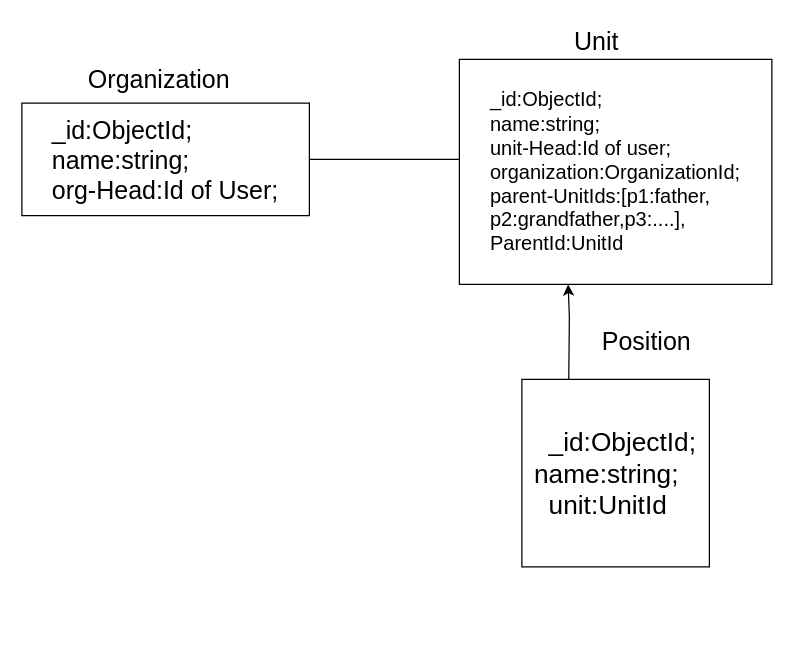
zsattari/Analyasis keeps this draw.io diagram as Untitled Diagram.drawio. Above is the earlier version. Source tidied: cells renumbered, new cells numbered last; positions are measured from the earlier drawing's top-left corner, leaving out a move shared by most shapes. Both pictures are drawn from the tidied source at 125%, with x=0, y=0 at pixel (21, 21).
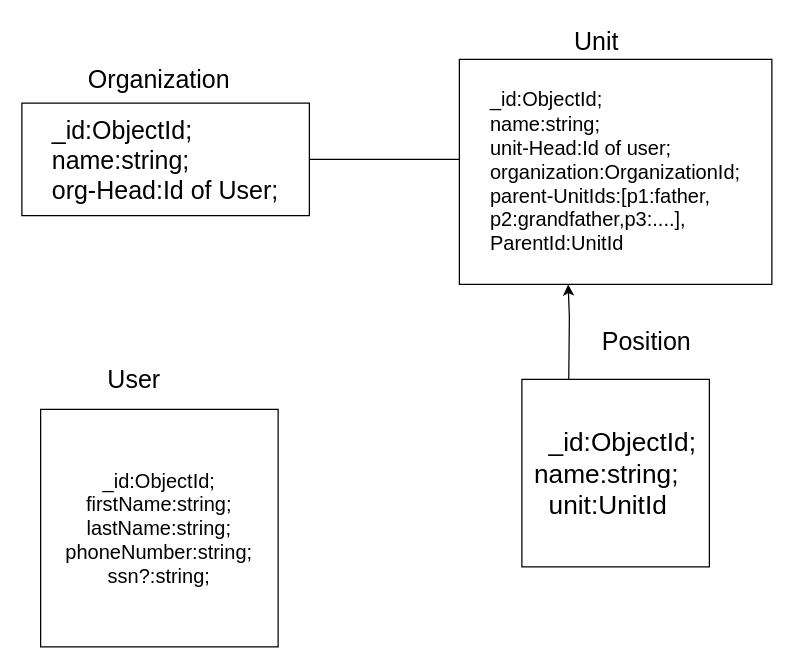
After the change.

What changed in the source:
```diff
@@
 <mxGraphModel>
   <root>
     <mxCell id="0" />
     <mxCell id="1" parent="0" />
     <mxCell id="2" value="&lt;div style=&quot;font-size: 16px&quot; align=&quot;left&quot;&gt;&lt;font style=&quot;font-size: 16px&quot;&gt;_id:ObjectId;&lt;/font&gt;&lt;/div&gt;&lt;div style=&quot;font-size: 16px&quot; align=&quot;left&quot;&gt;&lt;font style=&quot;font-size: 16px&quot;&gt;name:string;&lt;br style=&quot;font-size: 16px&quot;&gt;&lt;/font&gt;&lt;/div&gt;&lt;div style=&quot;font-size: 16px&quot; align=&quot;left&quot;&gt;&lt;font style=&quot;font-size: 16px&quot;&gt;unit-Head:Id of user;&lt;/font&gt;&lt;/div&gt;&lt;div style=&quot;font-size: 16px&quot; align=&quot;left&quot;&gt;&lt;font style=&quot;font-size: 16px&quot;&gt;organization:OrganizationId;&lt;br style=&quot;font-size: 16px&quot;&gt;&lt;/font&gt;&lt;/div&gt;&lt;div style=&quot;font-size: 16px&quot; align=&quot;left&quot;&gt;&lt;font style=&quot;font-size: 16px&quot;&gt;parent-UnitIds:[p1:father,&lt;/font&gt;&lt;/div&gt;&lt;div style=&quot;font-size: 16px&quot; align=&quot;left&quot;&gt;&lt;font style=&quot;font-size: 16px&quot;&gt;p2:grandfather,p3:....],&lt;/font&gt;&lt;/div&gt;&lt;div style=&quot;font-size: 16px&quot; align=&quot;left&quot;&gt;&lt;font style=&quot;font-size: 16px&quot;&gt;ParentId:UnitId&lt;br style=&quot;font-size: 16px&quot;&gt;&lt;/font&gt;&lt;/div&gt;" style="rounded=0;whiteSpace=wrap;html=1;fontSize=16;" parent="1" vertex="1">
       <mxGeometry x="350" y="30" width="250" height="180" as="geometry" />
     </mxCell>
     <mxCell id="3" value="Unit" style="text;html=1;strokeColor=none;fillColor=none;align=center;verticalAlign=middle;whiteSpace=wrap;rounded=0;fontSize=20;" parent="1" vertex="1">
       <mxGeometry x="430" width="60" height="30" as="geometry" />
     </mxCell>
     <mxCell id="4" value="&lt;div style=&quot;font-size: 20px&quot; align=&quot;left&quot;&gt;&lt;font style=&quot;font-size: 20px&quot;&gt;_id:ObjectId;&lt;/font&gt;&lt;/div&gt;&lt;div style=&quot;font-size: 20px&quot; align=&quot;left&quot;&gt;&lt;font style=&quot;font-size: 20px&quot;&gt;name:string;&lt;br&gt;&lt;/font&gt;&lt;/div&gt;&lt;div style=&quot;font-size: 20px&quot; align=&quot;left&quot;&gt;&lt;font style=&quot;font-size: 20px&quot;&gt;org-Head:Id of User;&lt;/font&gt;&lt;/div&gt;" style="rounded=0;whiteSpace=wrap;html=1;" parent="1" vertex="1">
       <mxGeometry y="65" width="230" height="90" as="geometry" />
     </mxCell>
     <mxCell id="5" value="Organization" style="text;html=1;strokeColor=none;fillColor=none;align=center;verticalAlign=middle;whiteSpace=wrap;rounded=0;fontSize=20;" parent="1" vertex="1">
       <mxGeometry x="80" y="30" width="60" height="30" as="geometry" />
     </mxCell>
     <mxCell id="6" style="endArrow=none;html=1;rounded=0;fontSize=16;exitX=1;exitY=0.5;exitDx=0;exitDy=0;entryX=0;entryY=0.5;entryDx=0;entryDy=0;" parent="1" edge="1" source="4">
       <mxGeometry relative="1" as="geometry">
         <mxPoint x="350" y="110" as="targetPoint" />
       </mxGeometry>
     </mxCell>
     <mxCell id="7" value="Position" style="text;html=1;strokeColor=none;fillColor=none;align=center;verticalAlign=middle;whiteSpace=wrap;rounded=0;fontSize=20;" parent="1" vertex="1">
       <mxGeometry x="470" y="240" width="60" height="30" as="geometry" />
     </mxCell>
     <mxCell id="8" value="&lt;div style=&quot;font-size: 21px&quot; align=&quot;left&quot;&gt;&lt;font style=&quot;font-size: 21px&quot;&gt;&amp;nbsp; _id:ObjectId;&lt;/font&gt;&lt;/div&gt;&lt;div style=&quot;font-size: 21px&quot; align=&quot;left&quot;&gt;&lt;font style=&quot;font-size: 21px&quot;&gt;&lt;span&gt;  &lt;/span&gt;name:string;&lt;/font&gt;&lt;/div&gt;&lt;div style=&quot;font-size: 21px&quot; align=&quot;left&quot;&gt;&lt;font style=&quot;font-size: 21px&quot;&gt;&amp;nbsp; unit:UnitId&lt;br&gt;&lt;/font&gt;&lt;/div&gt;" style="whiteSpace=wrap;html=1;fontSize=16;" parent="1" vertex="1">
       <mxGeometry x="400" y="286" width="150" height="150" as="geometry" />
     </mxCell>
     <mxCell id="9" style="endArrow=classic;html=1;rounded=0;fontSize=21;entryX=0.328;entryY=1.022;entryDx=0;entryDy=0;entryPerimeter=0;exitX=0.25;exitY=0;exitDx=0;exitDy=0;" parent="1" edge="1" source="8">
       <mxGeometry relative="1" as="geometry">
         <mxPoint x="437" y="210" as="targetPoint" />
         <Array as="points">
           <mxPoint x="438" y="236" />
         </Array>
       </mxGeometry>
     </mxCell>
+    <mxCell id="10" value="&lt;div&gt;&lt;font size=&quot;3&quot;&gt;_id:ObjectId;&lt;/font&gt;&lt;/div&gt;&lt;div&gt;&lt;font size=&quot;3&quot;&gt;firstName:string;&lt;/font&gt;&lt;/div&gt;&lt;div&gt;&lt;font size=&quot;3&quot;&gt;lastName:string;&lt;/font&gt;&lt;/div&gt;&lt;div&gt;&lt;font size=&quot;3&quot;&gt;phoneNumber:string;&lt;/font&gt;&lt;/div&gt;&lt;div&gt;&lt;font size=&quot;3&quot;&gt;ssn?:string;&lt;/font&gt;&lt;/div&gt;" style="whiteSpace=wrap;html=1;" parent="1" vertex="1">
+      <mxGeometry x="15" y="310" width="190" height="190" as="geometry" />
+    </mxCell>
+    <mxCell id="11" value="User" style="text;html=1;strokeColor=none;fillColor=none;align=center;verticalAlign=middle;whiteSpace=wrap;rounded=0;fontSize=20;" parent="1" vertex="1">
+      <mxGeometry x="60" y="270" width="60" height="30" as="geometry" />
+    </mxCell>
   </root>
 </mxGraphModel>
```
